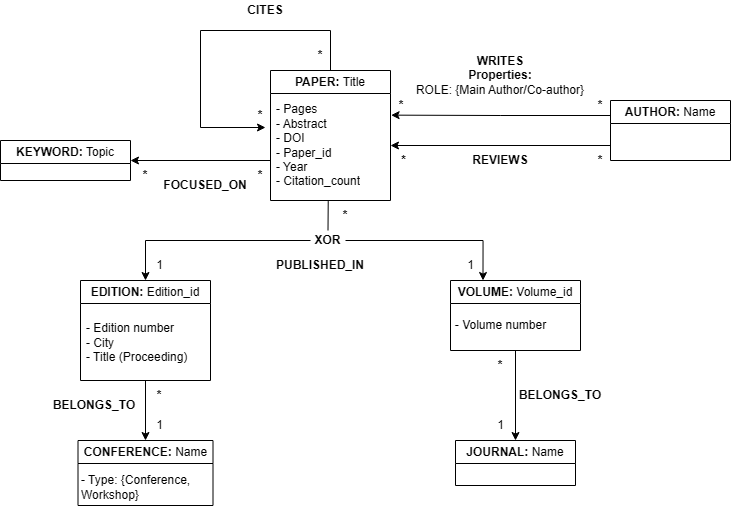
This is A/A.1/A.1_Schema.png from NIU1638529/SDM-Project, a draw.io export, as it was before one commit. Source tidied: cells renumbered, new cells last; positions are measured from the earlier drawing's top-left corner, leaving out a move shared by most shapes.
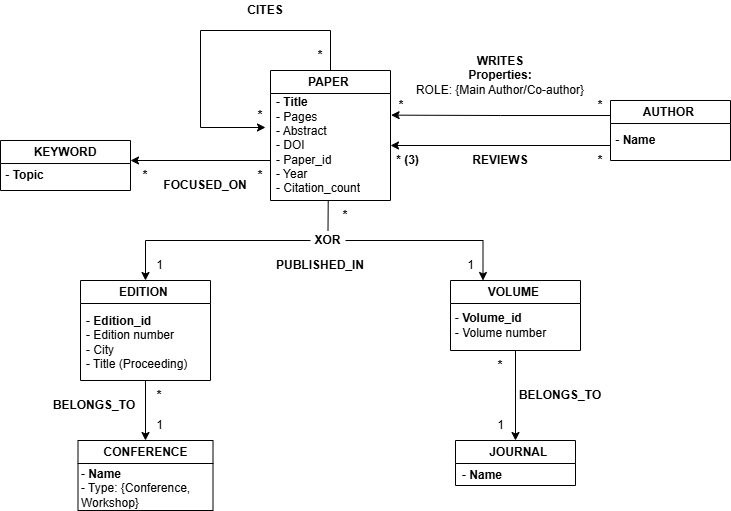
Above is the later version.

What changed in the source:
```diff
@@ -5,28 +5,28 @@
     <mxCell id="2" style="edgeStyle=orthogonalEdgeStyle;rounded=0;jettySize=auto;html=1;exitX=0;exitY=0.5;exitDx=0;exitDy=0;" parent="1" edge="1" source="42" target="9">
       <mxGeometry relative="1" as="geometry" />
     </mxCell>
-    <mxCell id="3" value="PAPER: &lt;span style=&quot;font-weight: normal;&quot;&gt;Title&lt;/span&gt;" style="swimlane;whiteSpace=wrap;html=1;" parent="1" vertex="1">
+    <mxCell id="3" value="PAPER&amp;nbsp;" style="swimlane;whiteSpace=wrap;html=1;" parent="1" vertex="1">
       <mxGeometry x="270" y="70" width="120" height="130" as="geometry" />
     </mxCell>
-    <mxCell id="4" value="&lt;div&gt;&lt;span style=&quot;background-color: transparent; color: light-dark(rgb(0, 0, 0), rgb(255, 255, 255));&quot;&gt;- Pages&lt;/span&gt;&lt;/div&gt;- Abstract&lt;div&gt;- DOI&lt;/div&gt;&lt;div&gt;- Paper_id&lt;/div&gt;&lt;div&gt;- Year&lt;/div&gt;&lt;div&gt;- Citation_count&lt;/div&gt;" style="text;strokeColor=none;fillColor=none;align=left;verticalAlign=middle;spacingLeft=4;spacingRight=4;overflow=hidden;points=[[0,0.5],[1,0.5]];portConstraint=eastwest;whiteSpace=wrap;html=1;" parent="3" vertex="1">
+    <mxCell id="4" value="&lt;div&gt;&lt;span style=&quot;background-color: transparent; color: light-dark(rgb(0, 0, 0), rgb(255, 255, 255));&quot;&gt;- &lt;b&gt;Title&lt;/b&gt;&lt;/span&gt;&lt;/div&gt;&lt;div&gt;&lt;span style=&quot;background-color: transparent; color: light-dark(rgb(0, 0, 0), rgb(255, 255, 255));&quot;&gt;- Pages&lt;/span&gt;&lt;/div&gt;- Abstract&lt;div&gt;- DOI&lt;/div&gt;&lt;div&gt;- Paper_id&lt;/div&gt;&lt;div&gt;- Year&lt;/div&gt;&lt;div&gt;- Citation_count&lt;/div&gt;" style="text;strokeColor=none;fillColor=none;align=left;verticalAlign=middle;spacingLeft=4;spacingRight=4;overflow=hidden;points=[[0,0.5],[1,0.5]];portConstraint=eastwest;whiteSpace=wrap;html=1;" parent="3" vertex="1">
       <mxGeometry y="20" width="120" height="110" as="geometry" />
     </mxCell>
     <mxCell id="5" value="&lt;div&gt;&lt;b&gt;*&lt;/b&gt;&lt;/div&gt;" style="text;html=1;whiteSpace=wrap;strokeColor=none;fillColor=none;align=center;verticalAlign=middle;rounded=0;" parent="3" vertex="1">
       <mxGeometry x="35" y="-30" width="30" height="30" as="geometry" />
     </mxCell>
-    <mxCell id="6" value="AUTHOR: &lt;span style=&quot;font-weight: 400;&quot;&gt;Name&lt;/span&gt;" style="swimlane;whiteSpace=wrap;html=1;" parent="1" vertex="1">
+    <mxCell id="6" value="AUTHOR&amp;nbsp;" style="swimlane;whiteSpace=wrap;html=1;" parent="1" vertex="1">
       <mxGeometry x="610" y="100" width="120" height="60" as="geometry" />
     </mxCell>
-    <mxCell id="7" value="CONFERENCE: &lt;span style=&quot;font-weight: normal;&quot;&gt;Name&lt;/span&gt;" style="swimlane;whiteSpace=wrap;html=1;" parent="1" vertex="1">
-      <mxGeometry x="77.5" y="440" width="135" height="65" as="geometry" />
+    <mxCell id="7" value="CONFERENCE" style="swimlane;whiteSpace=wrap;html=1;" parent="1" vertex="1">
+      <mxGeometry x="77.5" y="440" width="135" height="70" as="geometry" />
     </mxCell>
-    <mxCell id="8" value="&lt;div&gt;&lt;br&gt;&lt;/div&gt;&lt;div&gt;&lt;span style=&quot;background-color: transparent; color: light-dark(rgb(0, 0, 0), rgb(255, 255, 255));&quot;&gt;- Type: {Conference, Workshop}&lt;/span&gt;&lt;/div&gt;" style="text;strokeColor=none;fillColor=none;align=left;verticalAlign=middle;spacingLeft=4;spacingRight=4;overflow=hidden;whiteSpace=wrap;html=1;" parent="7" vertex="1">
+    <mxCell id="8" value="&lt;div&gt;&lt;br&gt;&lt;/div&gt;&lt;div&gt;- &lt;b&gt;Name&lt;/b&gt;&lt;/div&gt;&lt;div&gt;&lt;span style=&quot;background-color: transparent; color: light-dark(rgb(0, 0, 0), rgb(255, 255, 255));&quot;&gt;- Type: {Conference, Workshop}&lt;/span&gt;&lt;/div&gt;" style="text;strokeColor=none;fillColor=none;align=left;verticalAlign=middle;spacingLeft=4;spacingRight=4;overflow=hidden;whiteSpace=wrap;html=1;" parent="7" vertex="1">
       <mxGeometry x="-2.5" y="10" width="132.5" height="60" as="geometry" />
     </mxCell>
-    <mxCell id="9" value="EDITION: &lt;span style=&quot;font-weight: normal;&quot;&gt;Edition_id&lt;/span&gt;" style="swimlane;whiteSpace=wrap;html=1;" parent="1" vertex="1">
+    <mxCell id="9" value="EDITION&amp;nbsp;" style="swimlane;whiteSpace=wrap;html=1;" parent="1" vertex="1">
       <mxGeometry x="80" y="280" width="130" height="100" as="geometry" />
     </mxCell>
-    <mxCell id="10" value="&lt;div style=&quot;text-align: left;&quot;&gt;&lt;span style=&quot;background-color: transparent; color: light-dark(rgb(0, 0, 0), rgb(255, 255, 255));&quot;&gt;&lt;br&gt;&lt;/span&gt;&lt;/div&gt;&lt;div style=&quot;text-align: left;&quot;&gt;&lt;span style=&quot;background-color: transparent; color: light-dark(rgb(0, 0, 0), rgb(255, 255, 255));&quot;&gt;&amp;nbsp;- Edition&amp;nbsp;&lt;/span&gt;&lt;span style=&quot;background-color: transparent; color: light-dark(rgb(0, 0, 0), rgb(255, 255, 255));&quot;&gt;number&lt;/span&gt;&lt;/div&gt;&lt;div style=&quot;text-align: left;&quot;&gt;&lt;span style=&quot;text-align: center; background-color: transparent; color: light-dark(rgb(0, 0, 0), rgb(255, 255, 255));&quot;&gt;&amp;nbsp;- City&lt;/span&gt;&lt;/div&gt;&lt;div style=&quot;text-align: left;&quot;&gt;&lt;span style=&quot;background-color: transparent; color: light-dark(rgb(0, 0, 0), rgb(255, 255, 255)); text-align: center;&quot;&gt;&amp;nbsp;- Title (Proceeding)&lt;/span&gt;&lt;/div&gt;" style="text;html=1;whiteSpace=wrap;strokeColor=none;fillColor=none;align=center;verticalAlign=middle;rounded=0;" parent="9" vertex="1">
+    <mxCell id="10" value="&lt;div style=&quot;text-align: left;&quot;&gt;&lt;span style=&quot;background-color: transparent; color: light-dark(rgb(0, 0, 0), rgb(255, 255, 255));&quot;&gt;&lt;br&gt;&lt;/span&gt;&lt;/div&gt;&lt;div style=&quot;text-align: left;&quot;&gt;&lt;span style=&quot;background-color: transparent; color: light-dark(rgb(0, 0, 0), rgb(255, 255, 255));&quot;&gt;&amp;nbsp;- &lt;b&gt;Edition_id&lt;/b&gt;&lt;/span&gt;&lt;/div&gt;&lt;div style=&quot;text-align: left;&quot;&gt;&lt;span style=&quot;background-color: transparent; color: light-dark(rgb(0, 0, 0), rgb(255, 255, 255));&quot;&gt;&amp;nbsp;- Edition&amp;nbsp;&lt;/span&gt;&lt;span style=&quot;background-color: transparent; color: light-dark(rgb(0, 0, 0), rgb(255, 255, 255));&quot;&gt;number&lt;/span&gt;&lt;/div&gt;&lt;div style=&quot;text-align: left;&quot;&gt;&lt;span style=&quot;text-align: center; background-color: transparent; color: light-dark(rgb(0, 0, 0), rgb(255, 255, 255));&quot;&gt;&amp;nbsp;- City&lt;/span&gt;&lt;/div&gt;&lt;div style=&quot;text-align: left;&quot;&gt;&lt;span style=&quot;background-color: transparent; color: light-dark(rgb(0, 0, 0), rgb(255, 255, 255)); text-align: center;&quot;&gt;&amp;nbsp;- Title (Proceeding)&lt;/span&gt;&lt;/div&gt;" style="text;html=1;whiteSpace=wrap;strokeColor=none;fillColor=none;align=center;verticalAlign=middle;rounded=0;" parent="9" vertex="1">
       <mxGeometry y="40" width="110" height="30" as="geometry" />
     </mxCell>
     <mxCell id="11" value="&lt;b&gt;CITES&lt;/b&gt;" style="text;html=1;whiteSpace=wrap;strokeColor=none;fillColor=none;align=center;verticalAlign=middle;rounded=0;" parent="1" vertex="1">
@@ -41,26 +41,26 @@
     <mxCell id="14" value="&lt;div&gt;&lt;b&gt;PUBLISHED_IN&lt;/b&gt;&lt;/div&gt;" style="text;html=1;whiteSpace=wrap;strokeColor=none;fillColor=none;align=center;verticalAlign=middle;rounded=0;" parent="1" vertex="1">
       <mxGeometry x="245" y="250" width="150" height="30" as="geometry" />
     </mxCell>
-    <mxCell id="15" value="VOLUME: &lt;span style=&quot;font-weight: normal;&quot;&gt;Volume_id&lt;/span&gt;" style="swimlane;whiteSpace=wrap;html=1;" parent="1" vertex="1">
+    <mxCell id="15" value="VOLUME&amp;nbsp;" style="swimlane;whiteSpace=wrap;html=1;" parent="1" vertex="1">
       <mxGeometry x="450" y="280" width="130" height="70" as="geometry" />
     </mxCell>
-    <mxCell id="16" value="&lt;div style=&quot;text-align: left;&quot;&gt;&lt;br&gt;&lt;/div&gt;&lt;div style=&quot;text-align: left;&quot;&gt;&lt;span style=&quot;background-color: transparent; color: light-dark(rgb(0, 0, 0), rgb(255, 255, 255));&quot;&gt;- Volume number&lt;/span&gt;&lt;/div&gt;&lt;div style=&quot;text-align: left;&quot;&gt;&lt;br&gt;&lt;/div&gt;" style="text;html=1;whiteSpace=wrap;strokeColor=none;fillColor=none;align=center;verticalAlign=middle;rounded=0;" parent="15" vertex="1">
+    <mxCell id="16" value="&lt;div style=&quot;text-align: left;&quot;&gt;&lt;br&gt;&lt;/div&gt;&lt;div style=&quot;text-align: left;&quot;&gt;&lt;span style=&quot;background-color: transparent; color: light-dark(rgb(0, 0, 0), rgb(255, 255, 255));&quot;&gt;- &lt;b&gt;Volume_id&lt;/b&gt;&lt;/span&gt;&lt;/div&gt;&lt;div style=&quot;text-align: left;&quot;&gt;&lt;span style=&quot;background-color: transparent; color: light-dark(rgb(0, 0, 0), rgb(255, 255, 255));&quot;&gt;- Volume number&lt;/span&gt;&lt;/div&gt;&lt;div style=&quot;text-align: left;&quot;&gt;&lt;br&gt;&lt;/div&gt;" style="text;html=1;whiteSpace=wrap;strokeColor=none;fillColor=none;align=center;verticalAlign=middle;rounded=0;" parent="15" vertex="1">
       <mxGeometry x="1" y="30" width="99" height="30" as="geometry" />
     </mxCell>
     <mxCell id="17" value="&lt;div&gt;&lt;b&gt;BELONGS_TO&lt;/b&gt;&lt;/div&gt;" style="text;html=1;whiteSpace=wrap;strokeColor=none;fillColor=none;align=center;verticalAlign=middle;rounded=0;" parent="1" vertex="1">
       <mxGeometry x="19" y="390" width="150" height="30" as="geometry" />
     </mxCell>
-    <mxCell id="18" value="JOURNAL: &lt;span style=&quot;font-weight: normal;&quot;&gt;Name&lt;/span&gt;" style="swimlane;whiteSpace=wrap;html=1;" parent="1" vertex="1">
+    <mxCell id="18" value="&amp;nbsp; JOURNAL" style="swimlane;whiteSpace=wrap;html=1;" parent="1" vertex="1">
       <mxGeometry x="455" y="440" width="120" height="45" as="geometry" />
     </mxCell>
-    <mxCell id="19" value="KEYWORD: &lt;span style=&quot;font-weight: normal;&quot;&gt;Topic&lt;/span&gt;" style="swimlane;whiteSpace=wrap;html=1;startSize=23;" parent="1" vertex="1">
-      <mxGeometry y="140" width="130" height="40" as="geometry" />
+    <mxCell id="19" value="KEYWORD" style="swimlane;whiteSpace=wrap;html=1;startSize=23;" parent="1" vertex="1">
+      <mxGeometry y="140" width="130" height="50" as="geometry" />
     </mxCell>
     <mxCell id="20" value="&lt;div style=&quot;text-align: left;&quot;&gt;&lt;br&gt;&lt;/div&gt;" style="text;html=1;whiteSpace=wrap;strokeColor=none;fillColor=none;align=center;verticalAlign=middle;rounded=0;" parent="19" vertex="1">
       <mxGeometry y="30" width="99" height="30" as="geometry" />
     </mxCell>
-    <mxCell id="21" value="&lt;div style=&quot;&quot;&gt;&lt;br&gt;&lt;/div&gt;" style="text;html=1;whiteSpace=wrap;strokeColor=none;fillColor=none;align=left;verticalAlign=middle;rounded=0;" parent="19" vertex="1">
-      <mxGeometry y="30" width="110" height="30" as="geometry" />
+    <mxCell id="21" value="&lt;div style=&quot;&quot;&gt;&amp;nbsp;- &lt;b&gt;Topic&lt;/b&gt;&lt;/div&gt;" style="text;html=1;whiteSpace=wrap;strokeColor=none;fillColor=none;align=left;verticalAlign=middle;rounded=0;" parent="19" vertex="1">
+      <mxGeometry y="20" width="110" height="30" as="geometry" />
     </mxCell>
     <mxCell id="22" value="&lt;div&gt;&lt;b&gt;BELONGS_TO&lt;/b&gt;&lt;/div&gt;" style="text;html=1;whiteSpace=wrap;strokeColor=none;fillColor=none;align=center;verticalAlign=middle;rounded=0;" parent="1" vertex="1">
       <mxGeometry x="485" y="380" width="150" height="30" as="geometry" />
@@ -97,8 +97,8 @@
     <mxCell id="31" value="&lt;div&gt;&lt;b&gt;*&lt;/b&gt;&lt;/div&gt;" style="text;html=1;whiteSpace=wrap;strokeColor=none;fillColor=none;align=center;verticalAlign=middle;rounded=0;" parent="1" vertex="1">
       <mxGeometry x="585" y="145" width="30" height="30" as="geometry" />
     </mxCell>
-    <mxCell id="32" value="&lt;div&gt;&lt;b&gt;*&lt;/b&gt;&lt;/div&gt;" style="text;html=1;whiteSpace=wrap;strokeColor=none;fillColor=none;align=center;verticalAlign=middle;rounded=0;" parent="1" vertex="1">
-      <mxGeometry x="391" y="145" width="24.5" height="30" as="geometry" />
+    <mxCell id="32" value="&lt;div&gt;&lt;b&gt;* (3)&lt;/b&gt;&lt;/div&gt;" style="text;html=1;whiteSpace=wrap;strokeColor=none;fillColor=none;align=center;verticalAlign=middle;rounded=0;" parent="1" vertex="1">
+      <mxGeometry x="395" y="145" width="24.5" height="30" as="geometry" />
     </mxCell>
     <mxCell id="33" value="&lt;div&gt;&lt;b&gt;*&lt;/b&gt;&lt;/div&gt;" style="text;html=1;whiteSpace=wrap;strokeColor=none;fillColor=none;align=center;verticalAlign=middle;rounded=0;" parent="1" vertex="1">
       <mxGeometry x="590" y="90" width="20" height="30" as="geometry" />
@@ -153,5 +153,11 @@
     <mxCell id="47" value="&lt;div&gt;&lt;b&gt;*&lt;/b&gt;&lt;/div&gt;" style="text;html=1;whiteSpace=wrap;strokeColor=none;fillColor=none;align=center;verticalAlign=middle;rounded=0;" parent="1" vertex="1">
       <mxGeometry x="385.5" y="90" width="30" height="30" as="geometry" />
     </mxCell>
+    <mxCell id="48" value="- &lt;b&gt;Name&lt;/b&gt;" style="text;html=1;whiteSpace=wrap;strokeColor=none;fillColor=none;align=left;verticalAlign=middle;rounded=0;" parent="1" vertex="1">
+      <mxGeometry x="460" y="460" width="110" height="30" as="geometry" />
+    </mxCell>
+    <mxCell id="49" value="&amp;nbsp;- &lt;b&gt;Name&lt;/b&gt;" style="text;html=1;whiteSpace=wrap;strokeColor=none;fillColor=none;align=left;verticalAlign=middle;rounded=0;" parent="1" vertex="1">
+      <mxGeometry x="610" y="120" width="80" height="40" as="geometry" />
+    </mxCell>
   </root>
 </mxGraphModel>
```
